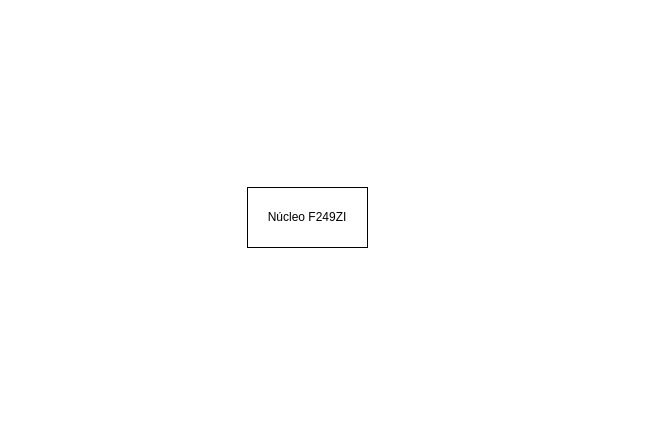
Above: Monitoreo Electrónico de Invernadero.drawio in Laureano1997/TPN1_Monitoreo_Electr-nico_de_Invernadero (draw.io), before the change. Source tidied: cells renumbered, new cells numbered last; positions are measured from the earlier drawing's top-left corner, leaving out a move shared by most shapes. Both pictures are drawn from the tidied source at 100%, with x=0, y=0 at pixel (247, 187).
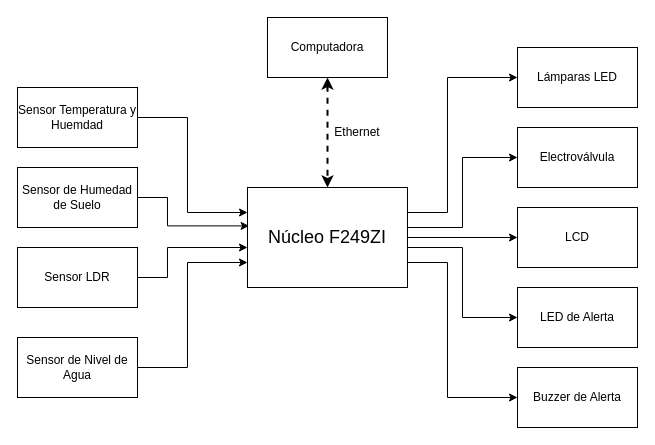
After the change.

Commit message:
Diagrama en Bloques Monitoreo Electrónico de Invernadero.drawio

The edit, as a diff of the source:
```diff
@@
+    <mxCell id="3" style="edgeStyle=orthogonalEdgeStyle;rounded=0;jettySize=auto;html=1;exitX=1;exitY=0.5;exitDx=0;exitDy=0;entryX=0;entryY=0.5;entryDx=0;entryDy=0;" parent="1" edge="1" source="2" target="16">
+      <mxGeometry relative="1" as="geometry" />
+    </mxCell>
+    <mxCell id="4" style="edgeStyle=orthogonalEdgeStyle;rounded=0;jettySize=auto;html=1;exitX=1;exitY=0.25;exitDx=0;exitDy=0;entryX=0;entryY=0.5;entryDx=0;entryDy=0;" parent="1" edge="1" source="2" target="17">
+      <mxGeometry relative="1" as="geometry">
+        <Array as="points">
+          <mxPoint x="160" y="40" />
+          <mxPoint x="215" y="40" />
+          <mxPoint x="215" y="-30" />
+        </Array>
+      </mxGeometry>
+    </mxCell>
+    <mxCell id="5" style="edgeStyle=orthogonalEdgeStyle;rounded=0;jettySize=auto;html=1;exitX=1;exitY=0.25;exitDx=0;exitDy=0;entryX=0;entryY=0.5;entryDx=0;entryDy=0;" parent="1" edge="1" source="2" target="18">
+      <mxGeometry relative="1" as="geometry">
+        <Array as="points">
+          <mxPoint x="200" y="25" />
+          <mxPoint x="200" y="-110" />
+        </Array>
+      </mxGeometry>
+    </mxCell>
+    <mxCell id="6" style="edgeStyle=orthogonalEdgeStyle;rounded=0;jettySize=auto;html=1;exitX=1;exitY=0.75;exitDx=0;exitDy=0;entryX=0;entryY=0.5;entryDx=0;entryDy=0;" parent="1" edge="1" source="2" target="19">
+      <mxGeometry relative="1" as="geometry">
+        <Array as="points">
+          <mxPoint x="160" y="60" />
+          <mxPoint x="215" y="60" />
+          <mxPoint x="215" y="130" />
+        </Array>
+      </mxGeometry>
+    </mxCell>
+    <mxCell id="7" style="edgeStyle=orthogonalEdgeStyle;rounded=0;jettySize=auto;html=1;exitX=1;exitY=0.75;exitDx=0;exitDy=0;entryX=0;entryY=0.5;entryDx=0;entryDy=0;" parent="1" edge="1" source="2" target="20">
+      <mxGeometry relative="1" as="geometry">
+        <Array as="points">
+          <mxPoint x="200" y="75" />
+          <mxPoint x="200" y="210" />
+        </Array>
+      </mxGeometry>
+    </mxCell>
-    <mxCell id="2" value="Núcleo F249ZI" style="rounded=0;whiteSpace=wrap;html=1;" parent="1" vertex="1">
-      <mxGeometry width="120" height="60" as="geometry" />
+    <mxCell id="2" value="&lt;font style=&quot;font-size: 18px;&quot;&gt;Núcleo F249ZI&lt;/font&gt;" style="rounded=0;whiteSpace=wrap;html=1;" parent="1" vertex="1">
+      <mxGeometry width="160" height="100" as="geometry" />
     </mxCell>
+    <mxCell id="8" value="Sensor Temperatura y Huemdad" style="rounded=0;whiteSpace=wrap;html=1;" parent="1" vertex="1">
+      <mxGeometry x="-230" y="-100" width="120" height="60" as="geometry" />
+    </mxCell>
+    <mxCell id="9" style="edgeStyle=orthogonalEdgeStyle;rounded=0;jettySize=auto;html=1;exitX=1;exitY=0.5;exitDx=0;exitDy=0;entryX=0;entryY=0.25;entryDx=0;entryDy=0;" parent="1" edge="1" source="8" target="2">
+      <mxGeometry relative="1" as="geometry">
+        <Array as="points">
+          <mxPoint x="-60" y="-70" />
+          <mxPoint x="-60" y="25" />
+        </Array>
+      </mxGeometry>
+    </mxCell>
+    <mxCell id="10" value="Sensor de Humedad de Suelo" style="rounded=0;whiteSpace=wrap;html=1;" parent="1" vertex="1">
+      <mxGeometry x="-230" y="-20" width="120" height="60" as="geometry" />
+    </mxCell>
+    <mxCell id="11" style="edgeStyle=orthogonalEdgeStyle;rounded=0;jettySize=auto;html=1;exitX=1;exitY=0.5;exitDx=0;exitDy=0;entryX=0.01;entryY=0.384;entryDx=0;entryDy=0;entryPerimeter=0;" parent="1" edge="1" source="10" target="2">
+      <mxGeometry relative="1" as="geometry">
+        <Array as="points">
+          <mxPoint x="-80" y="10" />
+          <mxPoint x="-80" y="38" />
+        </Array>
+      </mxGeometry>
+    </mxCell>
+    <mxCell id="12" style="edgeStyle=orthogonalEdgeStyle;rounded=0;jettySize=auto;html=1;exitX=1;exitY=0.5;exitDx=0;exitDy=0;" parent="1" edge="1" source="13">
+      <mxGeometry relative="1" as="geometry">
+        <mxPoint y="60" as="targetPoint" />
+        <Array as="points">
+          <mxPoint x="-80" y="90" />
+          <mxPoint x="-80" y="60" />
+        </Array>
+      </mxGeometry>
+    </mxCell>
+    <mxCell id="13" value="Sensor LDR" style="rounded=0;whiteSpace=wrap;html=1;" parent="1" vertex="1">
+      <mxGeometry x="-230" y="60" width="120" height="60" as="geometry" />
+    </mxCell>
+    <mxCell id="14" style="edgeStyle=orthogonalEdgeStyle;rounded=0;jettySize=auto;html=1;exitX=1;exitY=0.5;exitDx=0;exitDy=0;entryX=0;entryY=0.75;entryDx=0;entryDy=0;" parent="1" edge="1" source="15" target="2">
+      <mxGeometry relative="1" as="geometry">
+        <Array as="points">
+          <mxPoint x="-60" y="180" />
+          <mxPoint x="-60" y="75" />
+        </Array>
+      </mxGeometry>
+    </mxCell>
+    <mxCell id="15" value="Sensor de Nivel de Agua" style="rounded=0;whiteSpace=wrap;html=1;" parent="1" vertex="1">
+      <mxGeometry x="-230" y="150" width="120" height="60" as="geometry" />
+    </mxCell>
+    <mxCell id="16" value="LCD" style="rounded=0;whiteSpace=wrap;html=1;" parent="1" vertex="1">
+      <mxGeometry x="270" y="20" width="120" height="60" as="geometry" />
+    </mxCell>
+    <mxCell id="17" value="Electroválvula" style="rounded=0;whiteSpace=wrap;html=1;" parent="1" vertex="1">
+      <mxGeometry x="270" y="-60" width="120" height="60" as="geometry" />
+    </mxCell>
+    <mxCell id="18" value="Lámparas LED" style="rounded=0;whiteSpace=wrap;html=1;" parent="1" vertex="1">
+      <mxGeometry x="270" y="-140" width="120" height="60" as="geometry" />
+    </mxCell>
+    <mxCell id="19" value="LED de Alerta" style="rounded=0;whiteSpace=wrap;html=1;" parent="1" vertex="1">
+      <mxGeometry x="270" y="100" width="120" height="60" as="geometry" />
+    </mxCell>
+    <mxCell id="20" value="Buzzer de Alerta" style="rounded=0;whiteSpace=wrap;html=1;" parent="1" vertex="1">
+      <mxGeometry x="270" y="180" width="120" height="60" as="geometry" />
+    </mxCell>
+    <mxCell id="21" style="edgeStyle=orthogonalEdgeStyle;rounded=0;jettySize=auto;html=1;exitX=0.5;exitY=1;exitDx=0;exitDy=0;entryX=0.5;entryY=0;entryDx=0;entryDy=0;dashed=1;strokeWidth=2;startArrow=classic;startFill=1;" parent="1" edge="1" source="22" target="2">
+      <mxGeometry relative="1" as="geometry" />
+    </mxCell>
+    <mxCell id="22" value="Computadora" style="rounded=0;whiteSpace=wrap;html=1;" parent="1" vertex="1">
+      <mxGeometry x="20" y="-170" width="120" height="60" as="geometry" />
+    </mxCell>
+    <mxCell id="23" value="Ethernet" style="text;html=1;align=center;verticalAlign=middle;whiteSpace=wrap;rounded=0;" parent="1" vertex="1">
+      <mxGeometry x="80" y="-70" width="60" height="30" as="geometry" />
+    </mxCell>
```
